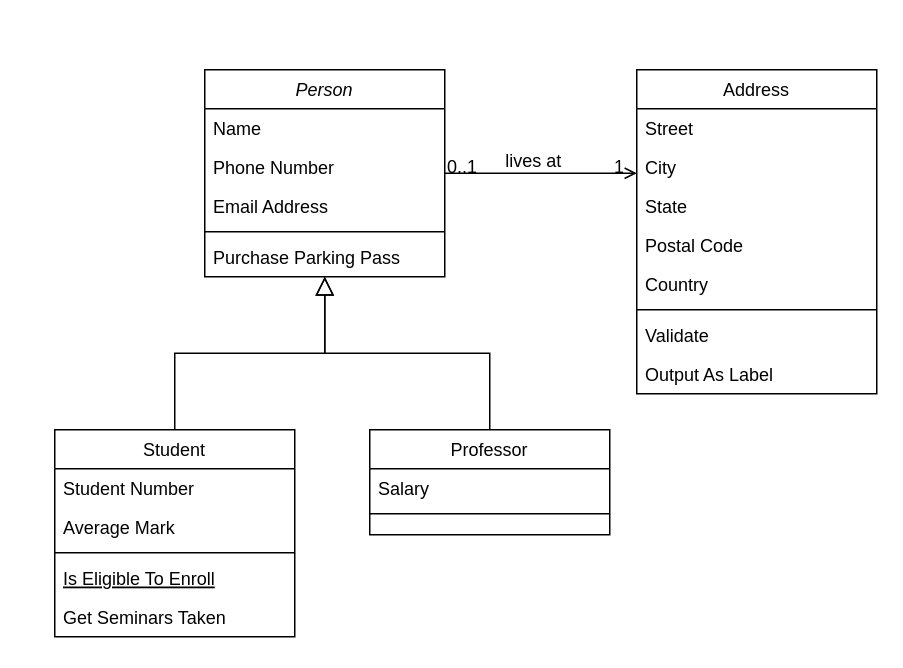
Before: Documentation/Diagram/diagrama_classe.drawio in michel-bittencourt/harry_potter, a draw.io diagram. Source tidied: cells renumbered, new cells numbered last; positions are measured from the earlier drawing's top-left corner, leaving out a move shared by most shapes. Both pictures are drawn from the tidied source at 150%, with x=0, y=0 at pixel (54, 69).
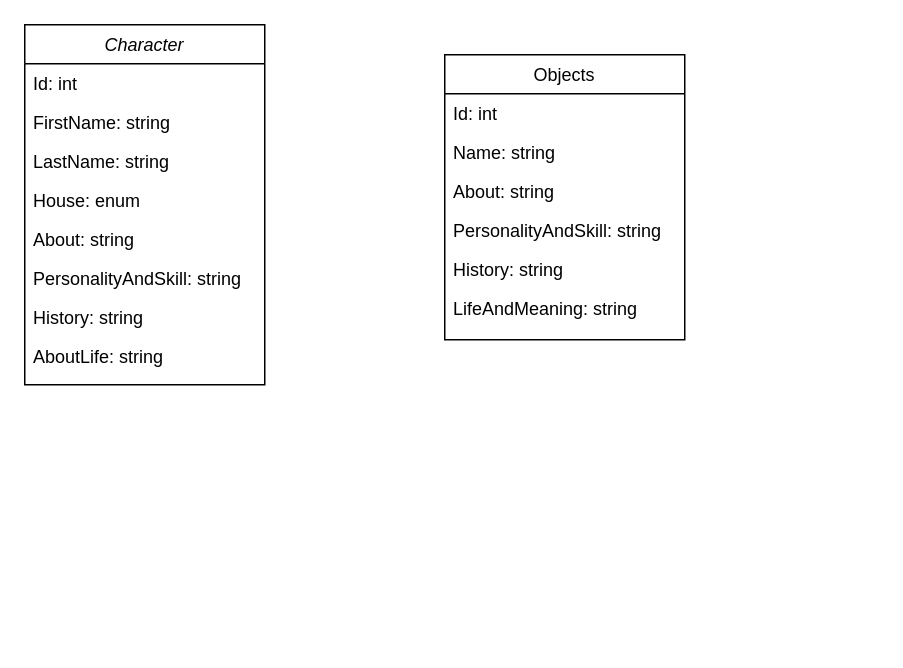
The same diagram, later.

Diff of the diagram source:
```diff
@@
-    <mxCell id="2" value="Person" style="swimlane;fontStyle=2;align=center;verticalAlign=top;horizontal=1;startSize=26;rounded=0;shadow=0;strokeWidth=1;" parent="1" vertex="1">
-      <mxGeometry x="100" width="160" height="138" as="geometry" />
+    <mxCell id="2" value="Character" style="swimlane;fontStyle=2;align=center;verticalAlign=top;horizontal=1;startSize=26;rounded=0;shadow=0;strokeWidth=1;" parent="1" vertex="1">
+      <mxGeometry x="-20" y="-30" width="160" height="240" as="geometry" />
     </mxCell>
-    <mxCell id="3" value="Name" style="text;align=left;verticalAlign=top;spacingLeft=4;spacingRight=4;overflow=hidden;" parent="2" vertex="1">
+    <mxCell id="3" value="Id: int" style="text;align=left;verticalAlign=top;spacingLeft=4;spacingRight=4;overflow=hidden;" parent="2" vertex="1">
       <mxGeometry y="26" width="160" height="26" as="geometry" />
     </mxCell>
-    <mxCell id="4" value="Phone Number" style="text;align=left;verticalAlign=top;spacingLeft=4;spacingRight=4;overflow=hidden;rounded=0;shadow=0;html=0;" parent="2" vertex="1">
+    <mxCell id="4" value="FirstName: string" style="text;align=left;verticalAlign=top;spacingLeft=4;spacingRight=4;overflow=hidden;rounded=0;shadow=0;html=0;" parent="2" vertex="1">
       <mxGeometry y="52" width="160" height="26" as="geometry" />
     </mxCell>
-    <mxCell id="5" value="Email Address" style="text;align=left;verticalAlign=top;spacingLeft=4;spacingRight=4;overflow=hidden;rounded=0;shadow=0;html=0;" parent="2" vertex="1">
+    <mxCell id="5" value="LastName: string" style="text;align=left;verticalAlign=top;spacingLeft=4;spacingRight=4;overflow=hidden;rounded=0;shadow=0;html=0;" parent="2" vertex="1">
       <mxGeometry y="78" width="160" height="26" as="geometry" />
     </mxCell>
-    <mxCell id="6" style="line;html=1;strokeWidth=1;align=left;verticalAlign=middle;spacingTop=-1;spacingLeft=3;spacingRight=3;labelPosition=right;" parent="2" vertex="1">
-      <mxGeometry y="104" width="160" height="8" as="geometry" />
-    </mxCell>
-    <mxCell id="7" value="Purchase Parking Pass" style="text;align=left;verticalAlign=top;spacingLeft=4;spacingRight=4;overflow=hidden;" parent="2" vertex="1">
-      <mxGeometry y="112" width="160" height="26" as="geometry" />
-    </mxCell>
-    <mxCell id="8" value="Student" style="swimlane;fontStyle=0;align=center;verticalAlign=top;horizontal=1;startSize=26;rounded=0;shadow=0;strokeWidth=1;" parent="1" vertex="1">
-      <mxGeometry y="240" width="160" height="138" as="geometry" />
-    </mxCell>
-    <mxCell id="9" value="Student Number" style="text;align=left;verticalAlign=top;spacingLeft=4;spacingRight=4;overflow=hidden;" parent="8" vertex="1">
-      <mxGeometry y="26" width="160" height="26" as="geometry" />
-    </mxCell>
-    <mxCell id="10" value="Average Mark" style="text;align=left;verticalAlign=top;spacingLeft=4;spacingRight=4;overflow=hidden;rounded=0;shadow=0;html=0;" parent="8" vertex="1">
-      <mxGeometry y="52" width="160" height="26" as="geometry" />
-    </mxCell>
-    <mxCell id="11" style="line;html=1;strokeWidth=1;align=left;verticalAlign=middle;spacingTop=-1;spacingLeft=3;spacingRight=3;labelPosition=right;" parent="8" vertex="1">
-      <mxGeometry y="78" width="160" height="8" as="geometry" />
-    </mxCell>
-    <mxCell id="12" value="Is Eligible To Enroll" style="text;align=left;verticalAlign=top;spacingLeft=4;spacingRight=4;overflow=hidden;fontStyle=4;" parent="8" vertex="1">
-      <mxGeometry y="86" width="160" height="26" as="geometry" />
-    </mxCell>
-    <mxCell id="13" value="Get Seminars Taken" style="text;align=left;verticalAlign=top;spacingLeft=4;spacingRight=4;overflow=hidden;" parent="8" vertex="1">
-      <mxGeometry y="112" width="160" height="26" as="geometry" />
-    </mxCell>
-    <mxCell id="14" style="endArrow=block;endSize=10;endFill=0;shadow=0;strokeWidth=1;rounded=0;curved=0;edgeStyle=elbowEdgeStyle;elbow=vertical;" parent="1" edge="1" source="8" target="2">
-      <mxGeometry relative="1" as="geometry" />
-    </mxCell>
-    <mxCell id="15" value="Professor" style="swimlane;fontStyle=0;align=center;verticalAlign=top;horizontal=1;startSize=26;rounded=0;shadow=0;strokeWidth=1;" parent="1" vertex="1">
-      <mxGeometry x="210" y="240" width="160" height="70" as="geometry" />
-    </mxCell>
-    <mxCell id="16" value="Salary" style="text;align=left;verticalAlign=top;spacingLeft=4;spacingRight=4;overflow=hidden;" parent="15" vertex="1">
-      <mxGeometry y="26" width="160" height="26" as="geometry" />
-    </mxCell>
-    <mxCell id="17" style="line;html=1;strokeWidth=1;align=left;verticalAlign=middle;spacingTop=-1;spacingLeft=3;spacingRight=3;labelPosition=right;" parent="15" vertex="1">
-      <mxGeometry y="52" width="160" height="8" as="geometry" />
-    </mxCell>
-    <mxCell id="18" style="endArrow=block;endSize=10;endFill=0;shadow=0;strokeWidth=1;rounded=0;curved=0;edgeStyle=elbowEdgeStyle;elbow=vertical;" parent="1" edge="1" source="15" target="2">
-      <mxGeometry relative="1" as="geometry" />
-    </mxCell>
+    <mxCell id="32" value="House: enum" style="text;align=left;verticalAlign=top;spacingLeft=4;spacingRight=4;overflow=hidden;rounded=0;shadow=0;html=0;" parent="2" vertex="1">
+      <mxGeometry y="104" width="160" height="26" as="geometry" />
+    </mxCell>
+    <mxCell id="33" value="About: string" style="text;align=left;verticalAlign=top;spacingLeft=4;spacingRight=4;overflow=hidden;rounded=0;shadow=0;html=0;" parent="2" vertex="1">
+      <mxGeometry y="130" width="160" height="26" as="geometry" />
+    </mxCell>
+    <mxCell id="34" value="PersonalityAndSkill: string" style="text;align=left;verticalAlign=top;spacingLeft=4;spacingRight=4;overflow=hidden;rounded=0;shadow=0;html=0;" parent="2" vertex="1">
+      <mxGeometry y="156" width="160" height="26" as="geometry" />
+    </mxCell>
+    <mxCell id="35" value="History: string" style="text;align=left;verticalAlign=top;spacingLeft=4;spacingRight=4;overflow=hidden;rounded=0;shadow=0;html=0;" parent="2" vertex="1">
+      <mxGeometry y="182" width="160" height="26" as="geometry" />
+    </mxCell>
+    <mxCell id="36" value="AboutLife: string" style="text;align=left;verticalAlign=top;spacingLeft=4;spacingRight=4;overflow=hidden;rounded=0;shadow=0;html=0;" parent="2" vertex="1">
+      <mxGeometry y="208" width="160" height="26" as="geometry" />
+    </mxCell>
-    <mxCell id="19" value="Address" style="swimlane;fontStyle=0;align=center;verticalAlign=top;horizontal=1;startSize=26;rounded=0;shadow=0;strokeWidth=1;" parent="1" vertex="1">
-      <mxGeometry x="388" width="160" height="216" as="geometry" />
+    <mxCell id="19" value="Objects" style="swimlane;fontStyle=0;align=center;verticalAlign=top;horizontal=1;startSize=26;rounded=0;shadow=0;strokeWidth=1;" parent="1" vertex="1">
+      <mxGeometry x="260" y="-10" width="160" height="190" as="geometry" />
     </mxCell>
-    <mxCell id="20" value="Street" style="text;align=left;verticalAlign=top;spacingLeft=4;spacingRight=4;overflow=hidden;" parent="19" vertex="1">
+    <mxCell id="20" value="Id: int" style="text;align=left;verticalAlign=top;spacingLeft=4;spacingRight=4;overflow=hidden;" parent="19" vertex="1">
       <mxGeometry y="26" width="160" height="26" as="geometry" />
     </mxCell>
-    <mxCell id="21" value="City" style="text;align=left;verticalAlign=top;spacingLeft=4;spacingRight=4;overflow=hidden;rounded=0;shadow=0;html=0;" parent="19" vertex="1">
+    <mxCell id="21" value="Name: string" style="text;align=left;verticalAlign=top;spacingLeft=4;spacingRight=4;overflow=hidden;rounded=0;shadow=0;html=0;" parent="19" vertex="1">
       <mxGeometry y="52" width="160" height="26" as="geometry" />
     </mxCell>
-    <mxCell id="22" value="State" style="text;align=left;verticalAlign=top;spacingLeft=4;spacingRight=4;overflow=hidden;rounded=0;shadow=0;html=0;" parent="19" vertex="1">
+    <mxCell id="22" value="About: string" style="text;align=left;verticalAlign=top;spacingLeft=4;spacingRight=4;overflow=hidden;rounded=0;shadow=0;html=0;" parent="19" vertex="1">
       <mxGeometry y="78" width="160" height="26" as="geometry" />
     </mxCell>
-    <mxCell id="23" value="Postal Code" style="text;align=left;verticalAlign=top;spacingLeft=4;spacingRight=4;overflow=hidden;rounded=0;shadow=0;html=0;" parent="19" vertex="1">
+    <mxCell id="23" value="PersonalityAndSkill: string" style="text;align=left;verticalAlign=top;spacingLeft=4;spacingRight=4;overflow=hidden;rounded=0;shadow=0;html=0;" parent="19" vertex="1">
       <mxGeometry y="104" width="160" height="26" as="geometry" />
     </mxCell>
-    <mxCell id="24" value="Country" style="text;align=left;verticalAlign=top;spacingLeft=4;spacingRight=4;overflow=hidden;rounded=0;shadow=0;html=0;" parent="19" vertex="1">
+    <mxCell id="24" value="History: string" style="text;align=left;verticalAlign=top;spacingLeft=4;spacingRight=4;overflow=hidden;rounded=0;shadow=0;html=0;" parent="19" vertex="1">
       <mxGeometry y="130" width="160" height="26" as="geometry" />
     </mxCell>
-    <mxCell id="25" style="line;html=1;strokeWidth=1;align=left;verticalAlign=middle;spacingTop=-1;spacingLeft=3;spacingRight=3;labelPosition=right;" parent="19" vertex="1">
-      <mxGeometry y="156" width="160" height="8" as="geometry" />
-    </mxCell>
-    <mxCell id="26" value="Validate" style="text;align=left;verticalAlign=top;spacingLeft=4;spacingRight=4;overflow=hidden;" parent="19" vertex="1">
-      <mxGeometry y="164" width="160" height="26" as="geometry" />
-    </mxCell>
-    <mxCell id="27" value="Output As Label" style="text;align=left;verticalAlign=top;spacingLeft=4;spacingRight=4;overflow=hidden;" parent="19" vertex="1">
-      <mxGeometry y="190" width="160" height="26" as="geometry" />
-    </mxCell>
-    <mxCell id="28" style="endArrow=open;shadow=0;strokeWidth=1;rounded=0;curved=0;endFill=1;edgeStyle=elbowEdgeStyle;elbow=vertical;" parent="1" edge="1" source="2" target="19">
-      <mxGeometry x="0.5" y="41" relative="1" as="geometry">
-        <mxPoint x="-40" y="32" as="offset" />
-      </mxGeometry>
-    </mxCell>
-    <mxCell id="29" value="0..1" style="align=left;verticalAlign=bottom;labelBackgroundColor=none;fontSize=12;" parent="28" vertex="1">
-      <mxGeometry x="-1" relative="1" as="geometry">
-        <mxPoint y="4" as="offset" />
-      </mxGeometry>
-    </mxCell>
-    <mxCell id="30" value="1" style="align=right;verticalAlign=bottom;labelBackgroundColor=none;fontSize=12;" parent="28" vertex="1">
-      <mxGeometry x="1" relative="1" as="geometry">
-        <mxPoint x="-7" y="4" as="offset" />
-      </mxGeometry>
-    </mxCell>
-    <mxCell id="31" value="lives at" style="text;html=1;align=center;verticalAlign=middle;labelBackgroundColor=none;rounded=0;shadow=0;strokeWidth=1;fontSize=12;" parent="28" vertex="1">
-      <mxGeometry x="0.5" y="49" relative="1" as="geometry">
-        <mxPoint x="-38" y="40" as="offset" />
-      </mxGeometry>
-    </mxCell>
+    <mxCell id="37" value="LifeAndMeaning: string" style="text;align=left;verticalAlign=top;spacingLeft=4;spacingRight=4;overflow=hidden;rounded=0;shadow=0;html=0;" parent="19" vertex="1">
+      <mxGeometry y="156" width="160" height="26" as="geometry" />
+    </mxCell>
```
